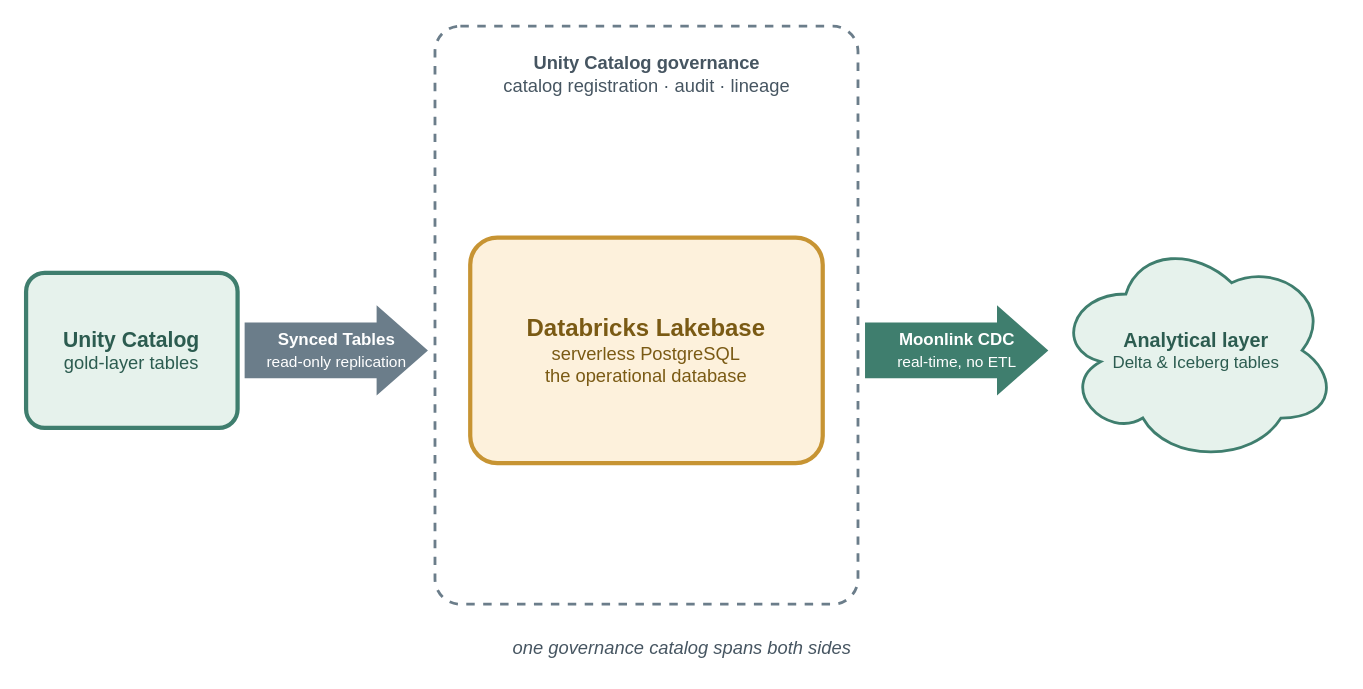
The draw.io diagram content/posts/decoupling-compute-storage-postgres-lakebase/lakebase-ecosystem-integration-flow.drawio in AlexeyEvlampiev/alexeyevlampiev.github.io, before the edit. Source tidied: cells renumbered, new cells numbered last; positions are measured from the earlier drawing's top-left corner, leaving out a move shared by most shapes. Both pictures are drawn from the tidied source at 141%, with x=0, y=0 at pixel (25, 25).
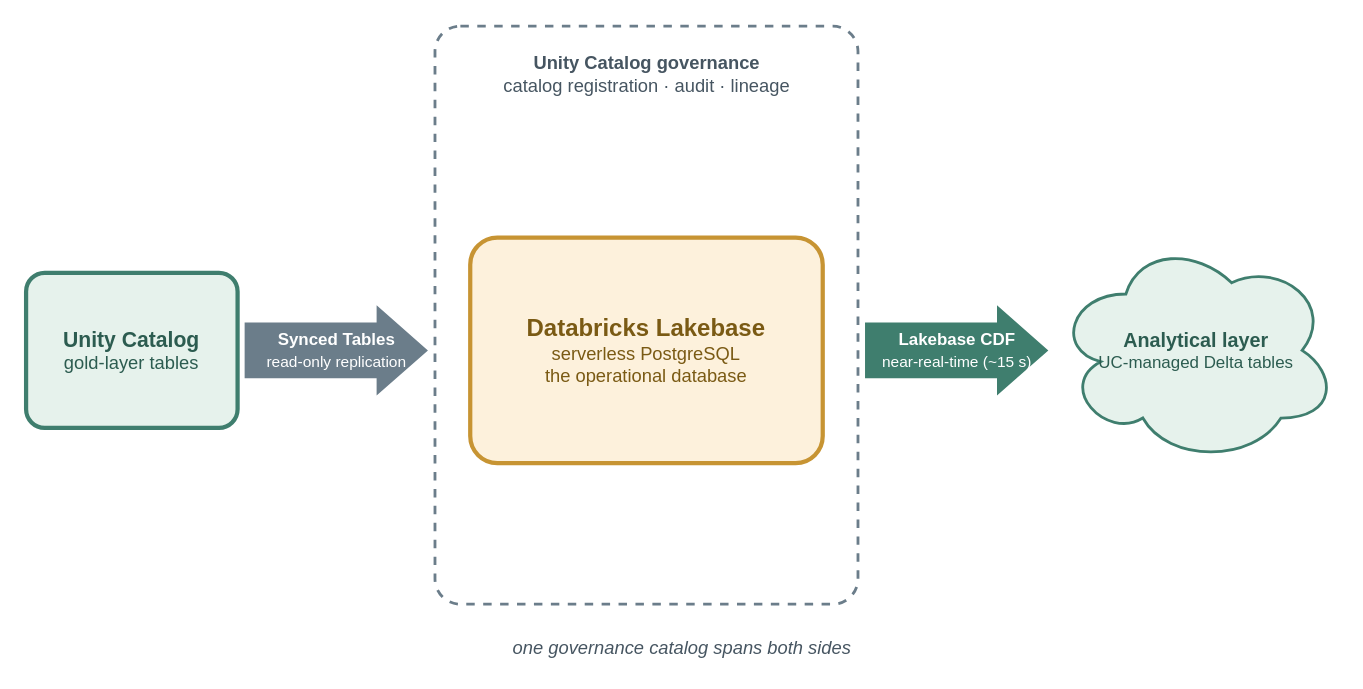
The same page after the edit.

What changed in the source:
```diff
@@
 <mxGraphModel>
   <root>
     <mxCell id="0" />
     <mxCell id="1" parent="0" />
     <mxCell id="2" value="&lt;font style=&quot;font-size:15px&quot;&gt;&lt;b&gt;Unity Catalog&lt;/b&gt;&lt;/font&gt;&lt;br&gt;&lt;font style=&quot;font-size:13px&quot;&gt;gold-layer tables&lt;/font&gt;" style="rounded=1;whiteSpace=wrap;html=1;fillColor=#e6f2ec;strokeColor=#3f7e6e;strokeWidth=3;fontColor=#2c5c50;arcSize=12;" parent="1" vertex="1">
       <mxGeometry y="175" width="150" height="110" as="geometry" />
     </mxCell>
     <mxCell id="3" value="&lt;font style=&quot;font-size:12px&quot;&gt;&lt;b&gt;Synced Tables&lt;/b&gt;&lt;br&gt;&lt;/font&gt;&lt;font style=&quot;font-size:11px&quot;&gt;read-only replication&lt;/font&gt;" style="shape=singleArrow;html=1;fillColor=#6b7d8a;strokeColor=none;arrowWidth=0.62;arrowSize=0.28;fontColor=#ffffff;" parent="1" vertex="1">
       <mxGeometry x="155" y="198" width="130" height="64" as="geometry" />
     </mxCell>
     <mxCell id="4" style="rounded=1;whiteSpace=wrap;html=1;fillColor=none;strokeColor=#6b7d8a;strokeWidth=2;dashed=1;arcSize=6;" parent="1" vertex="1">
       <mxGeometry x="290" width="300" height="410" as="geometry" />
     </mxCell>
     <mxCell id="5" value="&lt;font style=&quot;font-size:13px&quot;&gt;&lt;b&gt;Unity Catalog governance&lt;/b&gt;&lt;br&gt;catalog registration · audit · lineage&lt;/font&gt;" style="text;html=1;fontColor=#465561;align=center;verticalAlign=top;" parent="1" vertex="1">
       <mxGeometry x="300" y="12" width="280" height="44" as="geometry" />
     </mxCell>
     <mxCell id="6" value="&lt;font style=&quot;font-size:17px&quot;&gt;&lt;b&gt;Databricks Lakebase&lt;/b&gt;&lt;/font&gt;&lt;br&gt;&lt;font style=&quot;font-size:13px&quot;&gt;serverless PostgreSQL&lt;br&gt;the operational database&lt;/font&gt;" style="rounded=1;whiteSpace=wrap;html=1;fillColor=#fdf1dc;strokeColor=#c79433;strokeWidth=3;fontColor=#7a5a14;arcSize=12;" parent="1" vertex="1">
       <mxGeometry x="315" y="150" width="250" height="160" as="geometry" />
     </mxCell>
-    <mxCell id="7" value="&lt;font style=&quot;font-size:12px&quot;&gt;&lt;b&gt;Moonlink CDC&lt;/b&gt;&lt;br&gt;&lt;/font&gt;&lt;font style=&quot;font-size:11px&quot;&gt;real-time, no ETL&lt;/font&gt;" style="shape=singleArrow;html=1;fillColor=#3f7e6e;strokeColor=none;arrowWidth=0.62;arrowSize=0.28;fontColor=#ffffff;" parent="1" vertex="1">
+    <mxCell id="7" value="&lt;font style=&quot;font-size:12px&quot;&gt;&lt;b&gt;Lakebase CDF&lt;/b&gt;&lt;br&gt;&lt;/font&gt;&lt;font style=&quot;font-size:11px&quot;&gt;near-real-time (~15 s)&lt;/font&gt;" style="shape=singleArrow;html=1;fillColor=#3f7e6e;strokeColor=none;arrowWidth=0.62;arrowSize=0.28;fontColor=#ffffff;" parent="1" vertex="1">
       <mxGeometry x="595" y="198" width="130" height="64" as="geometry" />
     </mxCell>
-    <mxCell id="8" value="&lt;font style=&quot;font-size:14px&quot;&gt;&lt;b&gt;Analytical layer&lt;/b&gt;&lt;/font&gt;&lt;br&gt;&lt;font style=&quot;font-size:12px&quot;&gt;Delta &amp;amp; Iceberg tables&lt;/font&gt;" style="shape=cloud;whiteSpace=wrap;html=1;fillColor=#e6f2ec;strokeColor=#3f7e6e;strokeWidth=2;fontColor=#2c5c50;" parent="1" vertex="1">
+    <mxCell id="8" value="&lt;font style=&quot;font-size:14px&quot;&gt;&lt;b&gt;Analytical layer&lt;/b&gt;&lt;/font&gt;&lt;br&gt;&lt;font style=&quot;font-size:12px&quot;&gt;UC-managed Delta tables&lt;/font&gt;" style="shape=cloud;whiteSpace=wrap;html=1;fillColor=#e6f2ec;strokeColor=#3f7e6e;strokeWidth=2;fontColor=#2c5c50;" parent="1" vertex="1">
       <mxGeometry x="730" y="150" width="200" height="160" as="geometry" />
     </mxCell>
     <mxCell id="9" value="&lt;font style=&quot;font-size:13px&quot;&gt;&lt;i&gt;one governance catalog spans both sides&lt;/i&gt;&lt;/font&gt;" style="text;html=1;fontColor=#465561;align=center;verticalAlign=middle;" parent="1" vertex="1">
       <mxGeometry y="428" width="930" height="26" as="geometry" />
     </mxCell>
   </root>
 </mxGraphModel>
```
